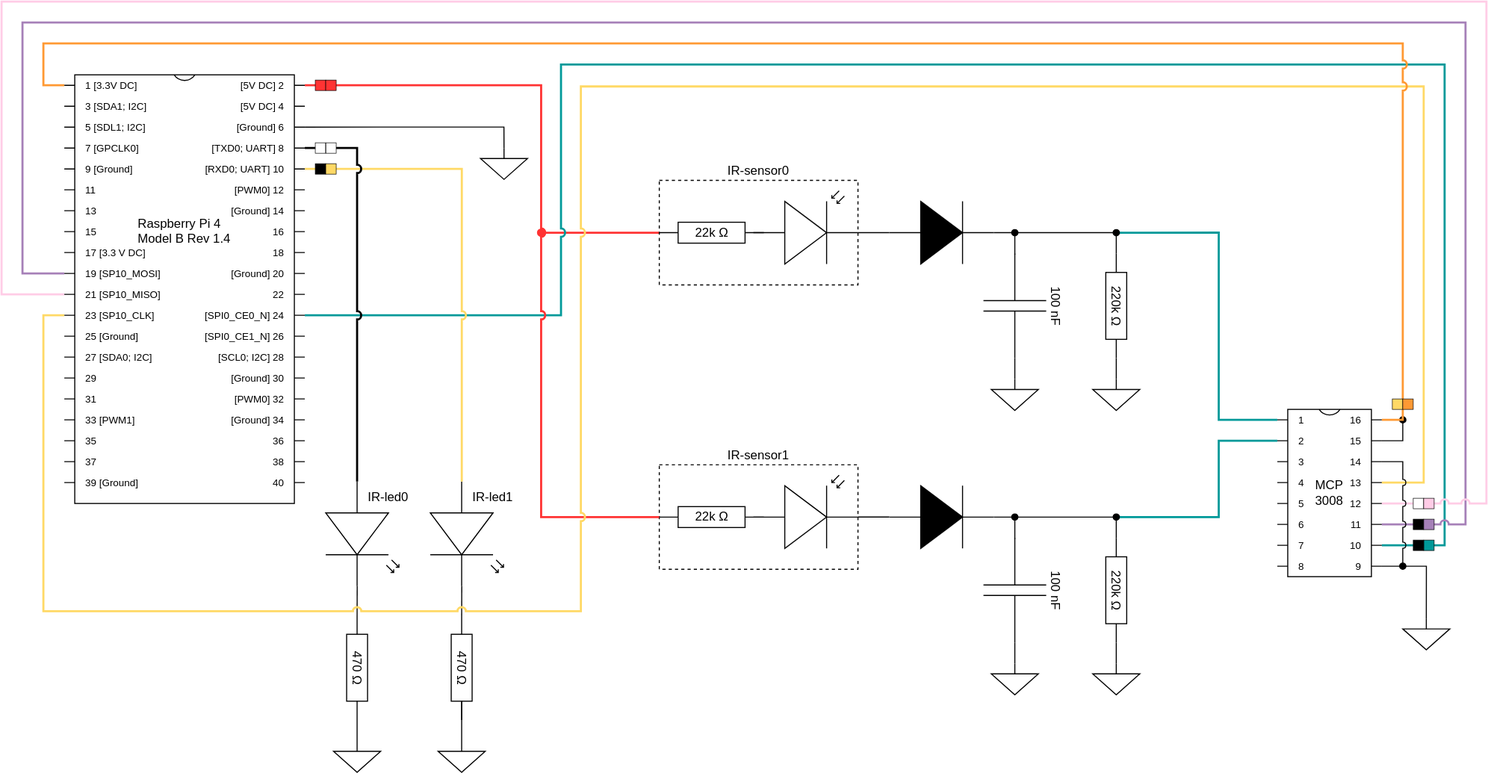
Earlier version of the draw.io export ir_sensor_raspberry_pi_wiring_diagram.svg (olivers1/ir_sensor_visitor_counter_v3). Source tidied: cells renumbered, new cells last; positions are measured from the earlier drawing's top-left corner, leaving out a move shared by most shapes.
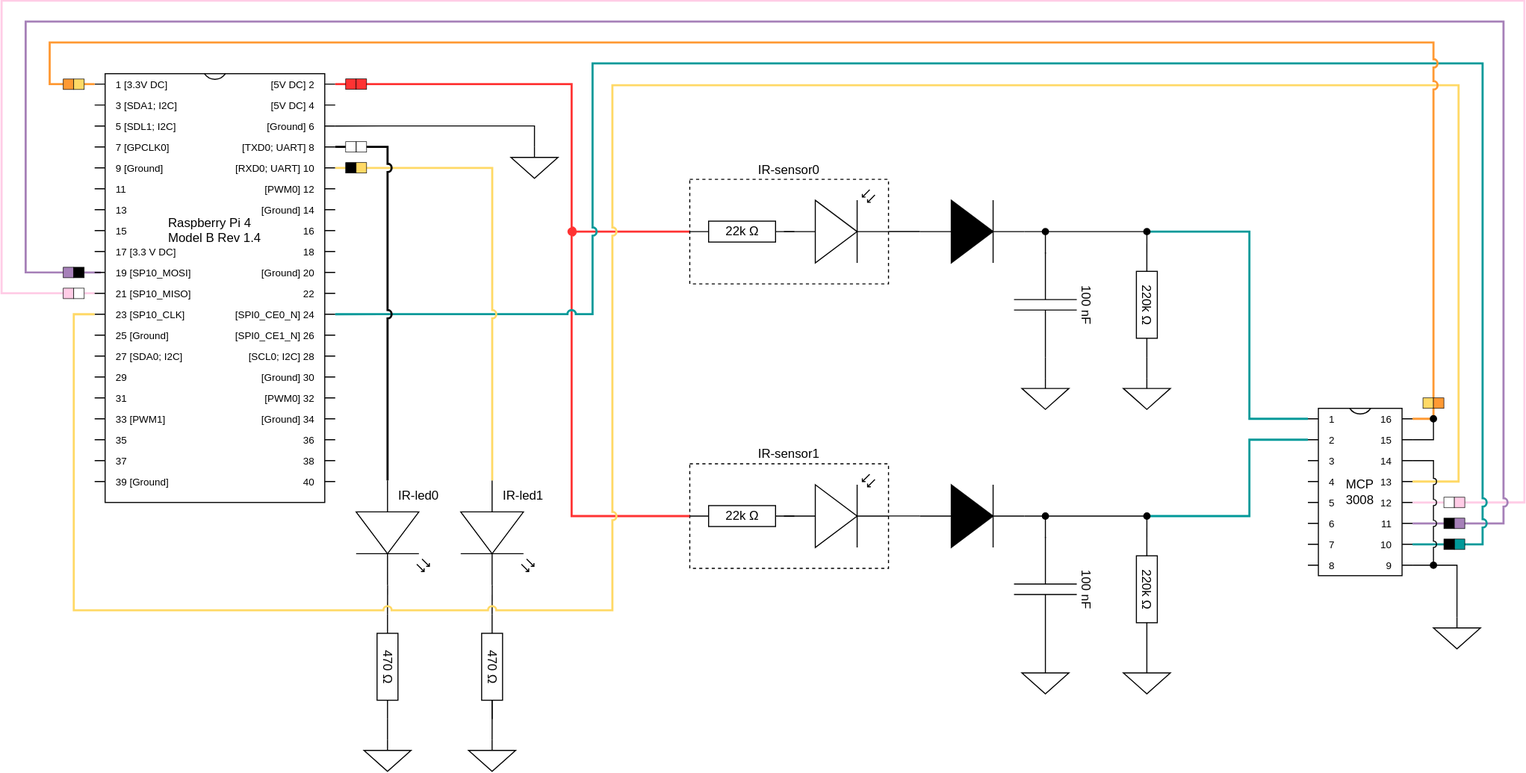
The same diagram one commit later.

Commit message:
wiring diagram upd, initial ir-sensor code written

What changed in the source:
```diff
@@ -55,11 +55,6 @@
         </Array>
       </mxGeometry>
     </mxCell>
-    <mxCell id="13" style="edgeStyle=orthogonalEdgeStyle;shape=connector;rounded=0;jettySize=auto;html=1;exitX=1;exitY=0;exitDx=0;exitDy=30;exitPerimeter=0;labelBackgroundColor=default;strokeColor=default;fontFamily=Helvetica;fontSize=11;fontColor=default;endArrow=oval;endFill=1;" parent="1" edge="1" source="14">
-      <mxGeometry relative="1" as="geometry">
-        <mxPoint x="1340" y="399.9" as="targetPoint" />
-      </mxGeometry>
-    </mxCell>
     <mxCell id="14" value="MCP&lt;br&gt;3008" style="shadow=0;dashed=0;align=center;html=1;strokeWidth=1;shape=mxgraph.electrical.logic_gates.dual_inline_ic;labelNames=a,b,c,d,e,f,g,h,i,j,k,l,m,n,o,p,q,r,s,t;whiteSpace=wrap;rounded=0;" parent="1" vertex="1">
       <mxGeometry x="1220" y="389.9" width="100" height="160" as="geometry" />
     </mxCell>
@@ -78,44 +73,27 @@
     <mxCell id="19" style="verticalLabelPosition=bottom;shadow=0;dashed=0;align=center;html=1;verticalAlign=top;shape=mxgraph.electrical.signal_sources.signal_ground;rounded=0;" parent="1" vertex="1">
       <mxGeometry x="946.5" y="360.9" width="45" height="30" as="geometry" />
     </mxCell>
-    <mxCell id="20" style="edgeStyle=orthogonalEdgeStyle;shape=connector;rounded=0;jettySize=auto;html=1;exitX=1;exitY=0;exitDx=0;exitDy=230;exitPerimeter=0;entryX=1;entryY=0;entryDx=0;entryDy=130;entryPerimeter=0;labelBackgroundColor=default;strokeColor=#009999;fontFamily=Helvetica;fontSize=11;fontColor=default;endArrow=none;endFill=0;jumpStyle=arc;fillColor=#b1ddf0;strokeWidth=2;" parent="1" edge="1" source="25" target="14">
-      <mxGeometry relative="1" as="geometry">
-        <Array as="points">
-          <mxPoint x="535" y="300" />
-          <mxPoint x="535" y="60" />
-          <mxPoint x="1380" y="60" />
-          <mxPoint x="1380" y="520" />
-        </Array>
-      </mxGeometry>
-    </mxCell>
-    <mxCell id="21" style="edgeStyle=orthogonalEdgeStyle;shape=connector;rounded=0;jettySize=auto;html=1;exitX=1;exitY=0;exitDx=0;exitDy=10;exitPerimeter=0;entryX=0;entryY=0.5;entryDx=0;entryDy=0;entryPerimeter=0;labelBackgroundColor=default;strokeColor=#FF3333;fontFamily=Helvetica;fontSize=11;fontColor=default;endArrow=none;endFill=0;jumpStyle=arc;strokeWidth=2;" parent="1" edge="1" source="25" target="47">
-      <mxGeometry relative="1" as="geometry">
-        <Array as="points">
-          <mxPoint x="516" y="79.9" />
-          <mxPoint x="516" y="492.9" />
-        </Array>
-      </mxGeometry>
-    </mxCell>
+    <mxCell id="23" style="edgeStyle=orthogonalEdgeStyle;shape=connector;rounded=0;jettySize=auto;html=1;exitX=0;exitY=0;exitDx=0;exitDy=210;exitPerimeter=0;entryX=1;entryY=0;entryDx=0;entryDy=90;entryPerimeter=0;labelBackgroundColor=default;strokeColor=#FFCCE6;fontFamily=Helvetica;fontSize=11;fontColor=default;endArrow=none;endFill=0;jumpStyle=none;fillColor=#f8cecc;strokeWidth=2;" parent="1" edge="1" source="25" target="14">
+      <mxGeometry relative="1" as="geometry">
+        <Array as="points">
+          <mxPoint x="-29" y="280" />
+          <mxPoint x="-29" />
+          <mxPoint x="1427" />
+          <mxPoint x="1427" y="480" />
+        </Array>
+      </mxGeometry>
+    </mxCell>
-    <mxCell id="22" style="edgeStyle=orthogonalEdgeStyle;shape=connector;rounded=0;jettySize=auto;html=1;exitX=0;exitY=0;exitDx=0;exitDy=190;exitPerimeter=0;entryX=1;entryY=0;entryDx=0;entryDy=110;entryPerimeter=0;labelBackgroundColor=default;strokeColor=#A680B8;fontFamily=Helvetica;fontSize=11;fontColor=default;endArrow=none;endFill=0;jumpStyle=arc;strokeWidth=2;" parent="1" edge="1" source="25" target="14">
+    <mxCell id="22" style="edgeStyle=orthogonalEdgeStyle;shape=connector;rounded=0;jettySize=auto;html=1;exitX=0;exitY=0;exitDx=0;exitDy=190;exitPerimeter=0;entryX=1;entryY=0;entryDx=0;entryDy=110;entryPerimeter=0;labelBackgroundColor=default;strokeColor=#A680B8;fontFamily=Helvetica;fontSize=11;fontColor=default;endArrow=none;endFill=0;jumpStyle=arc;strokeWidth=2;" parent="1" edge="1" target="14">
       <mxGeometry relative="1" as="geometry">
+        <mxPoint x="66" y="259.9" as="sourcePoint" />
         <Array as="points">
-          <mxPoint x="20" y="259.9" />
-          <mxPoint x="20" y="19.9" />
-          <mxPoint x="1400" y="19.9" />
-          <mxPoint x="1400" y="499.9" />
+          <mxPoint x="-6" y="260" />
+          <mxPoint x="-6" y="20" />
+          <mxPoint x="1407" y="20" />
+          <mxPoint x="1407" y="500" />
         </Array>
       </mxGeometry>
     </mxCell>
-    <mxCell id="23" style="edgeStyle=orthogonalEdgeStyle;shape=connector;rounded=0;jettySize=auto;html=1;exitX=0;exitY=0;exitDx=0;exitDy=210;exitPerimeter=0;entryX=1;entryY=0;entryDx=0;entryDy=90;entryPerimeter=0;labelBackgroundColor=default;strokeColor=#FFCCE6;fontFamily=Helvetica;fontSize=11;fontColor=default;endArrow=none;endFill=0;jumpStyle=arc;fillColor=#f8cecc;strokeWidth=2;" parent="1" edge="1" source="25" target="14">
-      <mxGeometry relative="1" as="geometry">
-        <Array as="points">
-          <mxPoint y="279.9" />
-          <mxPoint y="-0.1" />
-          <mxPoint x="1420" y="-0.1" />
-          <mxPoint x="1420" y="479.9" />
-        </Array>
-      </mxGeometry>
-    </mxCell>
     <mxCell id="24" style="edgeStyle=orthogonalEdgeStyle;rounded=0;jettySize=auto;html=1;exitX=1;exitY=0;exitDx=0;exitDy=50;exitPerimeter=0;entryX=0.5;entryY=0;entryDx=0;entryDy=0;entryPerimeter=0;endArrow=none;endFill=0;" parent="1" edge="1" source="25" target="57">
       <mxGeometry relative="1" as="geometry">
         <Array as="points">
@@ -134,6 +112,14 @@
         <mxPoint x="969" y="220.9" as="targetPoint" />
       </mxGeometry>
     </mxCell>
+    <mxCell id="21" style="edgeStyle=orthogonalEdgeStyle;shape=connector;rounded=0;jettySize=auto;html=1;exitX=1;exitY=0;exitDx=0;exitDy=10;exitPerimeter=0;entryX=0;entryY=0.5;entryDx=0;entryDy=0;entryPerimeter=0;labelBackgroundColor=default;strokeColor=#FF3333;fontFamily=Helvetica;fontSize=11;fontColor=default;endArrow=none;endFill=0;jumpStyle=arc;strokeWidth=2;" parent="1" edge="1" source="25" target="47">
+      <mxGeometry relative="1" as="geometry">
+        <Array as="points">
+          <mxPoint x="516" y="79.9" />
+          <mxPoint x="516" y="492.9" />
+        </Array>
+      </mxGeometry>
+    </mxCell>
     <mxCell id="28" value="100 nF" style="verticalLabelPosition=top;shadow=0;dashed=0;align=center;html=1;verticalAlign=bottom;shape=mxgraph.electrical.capacitors.capacitor_1;rotation=90;rounded=0;horizontal=1;labelPosition=center;flipV=1;" parent="1" vertex="1">
       <mxGeometry x="919" y="260.9" width="100" height="60" as="geometry" />
     </mxCell>
@@ -194,15 +180,25 @@
     <mxCell id="44" style="edgeStyle=orthogonalEdgeStyle;shape=connector;rounded=0;jettySize=auto;html=1;exitX=1;exitY=0;exitDx=0;exitDy=70;exitPerimeter=0;entryX=0;entryY=0;entryDx=0;entryDy=230;entryPerimeter=0;labelBackgroundColor=default;strokeColor=#FFD966;fontFamily=Helvetica;fontSize=11;fontColor=default;endArrow=none;endFill=0;jumpStyle=arc;fillColor=#fff2cc;strokeWidth=2;gradientColor=#ffd966;" parent="1" edge="1" source="14" target="25">
       <mxGeometry relative="1" as="geometry">
         <Array as="points">
-          <mxPoint x="1360" y="460" />
-          <mxPoint x="1360" y="81" />
-          <mxPoint x="554" y="81" />
-          <mxPoint x="554" y="583" />
+          <mxPoint x="1364" y="460" />
+          <mxPoint x="1364" y="81" />
+          <mxPoint x="555" y="81" />
+          <mxPoint x="555" y="583" />
           <mxPoint x="40" y="583" />
           <mxPoint x="40" y="300" />
         </Array>
       </mxGeometry>
     </mxCell>
+    <mxCell id="20" style="edgeStyle=orthogonalEdgeStyle;shape=connector;rounded=0;jettySize=auto;html=1;exitX=1;exitY=0;exitDx=0;exitDy=230;exitPerimeter=0;entryX=1;entryY=0;entryDx=0;entryDy=130;entryPerimeter=0;labelBackgroundColor=default;strokeColor=#009999;fontFamily=Helvetica;fontSize=11;fontColor=default;endArrow=none;endFill=0;jumpStyle=arc;fillColor=#b1ddf0;strokeWidth=2;" parent="1" edge="1" source="25" target="14">
+      <mxGeometry relative="1" as="geometry">
+        <Array as="points">
+          <mxPoint x="536" y="300" />
+          <mxPoint x="536" y="60" />
+          <mxPoint x="1387" y="60" />
+          <mxPoint x="1387" y="520" />
+        </Array>
+      </mxGeometry>
+    </mxCell>
     <mxCell id="45" style="edgeStyle=orthogonalEdgeStyle;shape=connector;rounded=0;jettySize=auto;html=1;exitX=1;exitY=0;exitDx=0;exitDy=50;exitPerimeter=0;labelBackgroundColor=default;strokeColor=default;fontFamily=Helvetica;fontSize=11;fontColor=default;endArrow=oval;endFill=1;jumpStyle=arc;" parent="1" edge="1" source="14">
       <mxGeometry relative="1" as="geometry">
         <mxPoint x="1340" y="539.9" as="targetPoint" />
@@ -212,13 +208,13 @@
         </Array>
       </mxGeometry>
     </mxCell>
-    <mxCell id="46" style="edgeStyle=orthogonalEdgeStyle;shape=connector;rounded=0;jettySize=auto;html=1;entryX=1;entryY=0;entryDx=0;entryDy=10;entryPerimeter=0;labelBackgroundColor=default;strokeColor=#FF9933;fontFamily=Helvetica;fontSize=11;fontColor=default;endArrow=none;endFill=0;jumpStyle=arc;strokeWidth=2;exitX=0;exitY=0;exitDx=0;exitDy=10;exitPerimeter=0;" parent="1" edge="1" source="25" target="14">
+    <mxCell id="46" style="edgeStyle=orthogonalEdgeStyle;shape=connector;rounded=0;jettySize=auto;html=1;entryX=1;entryY=0;entryDx=0;entryDy=10;entryPerimeter=0;labelBackgroundColor=default;strokeColor=#FF9933;fontFamily=Helvetica;fontSize=11;fontColor=default;endArrow=none;endFill=0;jumpStyle=arc;strokeWidth=2;exitX=0;exitY=0;exitDx=0;exitDy=10;exitPerimeter=0;fillColor=light-dark(#ff9933, #ff7777);" parent="1" edge="1" source="25" target="14">
       <mxGeometry relative="1" as="geometry">
         <Array as="points">
-          <mxPoint x="40" y="79.9" />
-          <mxPoint x="40" y="39.9" />
-          <mxPoint x="1340" y="39.9" />
-          <mxPoint x="1340" y="399.9" />
+          <mxPoint x="17" y="80" />
+          <mxPoint x="17" y="40" />
+          <mxPoint x="1340" y="40" />
+          <mxPoint x="1340" y="400" />
         </Array>
       </mxGeometry>
     </mxCell>
@@ -250,7 +246,7 @@
     </mxCell>
     <mxCell id="55" style="edgeStyle=orthogonalEdgeStyle;rounded=0;jettySize=auto;html=1;entryX=0;entryY=0.57;entryDx=0;entryDy=0;entryPerimeter=0;endArrow=none;endFill=0;jumpStyle=arc;strokeColor=#FFD966;strokeWidth=2;" parent="1" edge="1" target="51">
       <mxGeometry relative="1" as="geometry">
-        <mxPoint x="290" y="159.9" as="sourcePoint" />
+        <mxPoint x="290" y="160" as="sourcePoint" />
         <Array as="points">
           <mxPoint x="440" y="159.9" />
         </Array>
@@ -337,5 +333,46 @@
     <mxCell id="79" value="IR-led0" style="text;html=1;whiteSpace=wrap;strokeColor=none;fillColor=none;align=center;verticalAlign=middle;rounded=0;" parent="1" vertex="1">
       <mxGeometry x="340" y="458.9" width="60" height="30" as="geometry" />
     </mxCell>
+    <mxCell id="80" style="group;" parent="1" vertex="1">
+      <mxGeometry x="30" y="75" width="20" height="10" as="geometry" />
+    </mxCell>
+    <mxCell id="81" style="group;fillColor=default;" parent="80" vertex="1">
+      <mxGeometry width="20" height="10" as="geometry" />
+    </mxCell>
+    <mxCell id="82" style="rounded=0;whiteSpace=wrap;html=1;strokeWidth=0.5;fillColor=light-dark(#ff9933, #ff7777);" parent="80" vertex="1">
+      <mxGeometry width="10" height="10" as="geometry" />
+    </mxCell>
+    <mxCell id="83" style="rounded=0;whiteSpace=wrap;html=1;strokeWidth=0.5;fillColor=#FFD966;" parent="80" vertex="1">
+      <mxGeometry x="10" width="10" height="10" as="geometry" />
+    </mxCell>
+    <mxCell id="84" style="group;" parent="1" vertex="1">
+      <mxGeometry x="30" y="255" width="20" height="10" as="geometry" />
+    </mxCell>
+    <mxCell id="85" style="group;fillColor=default;" parent="84" vertex="1">
+      <mxGeometry width="20" height="10" as="geometry" />
+    </mxCell>
+    <mxCell id="86" style="rounded=0;whiteSpace=wrap;html=1;strokeWidth=0.5;fillColor=light-dark(#a680b9, #ff7777);" parent="84" vertex="1">
+      <mxGeometry width="10" height="10" as="geometry" />
+    </mxCell>
+    <mxCell id="87" style="rounded=0;whiteSpace=wrap;html=1;strokeWidth=0.5;fillColor=#000000;" parent="84" vertex="1">
+      <mxGeometry x="10" width="10" height="10" as="geometry" />
+    </mxCell>
+    <mxCell id="88" style="group;" parent="1" vertex="1">
+      <mxGeometry x="30" y="275" width="20" height="10" as="geometry" />
+    </mxCell>
+    <mxCell id="89" style="group;fillColor=default;" parent="88" vertex="1">
+      <mxGeometry width="20" height="10" as="geometry" />
+    </mxCell>
+    <mxCell id="90" style="rounded=0;whiteSpace=wrap;html=1;strokeWidth=0.5;fillColor=light-dark(#ffcce6, #ff7777);" parent="88" vertex="1">
+      <mxGeometry width="10" height="10" as="geometry" />
+    </mxCell>
+    <mxCell id="91" style="rounded=0;whiteSpace=wrap;html=1;strokeWidth=0.5;fillColor=#FFFFFF;" parent="88" vertex="1">
+      <mxGeometry x="10" width="10" height="10" as="geometry" />
+    </mxCell>
+    <mxCell id="13" style="edgeStyle=orthogonalEdgeStyle;shape=connector;rounded=0;jettySize=auto;html=1;exitX=1;exitY=0;exitDx=0;exitDy=30;exitPerimeter=0;labelBackgroundColor=default;strokeColor=default;fontFamily=Helvetica;fontSize=11;fontColor=default;endArrow=oval;endFill=1;" parent="1" edge="1" source="14">
+      <mxGeometry relative="1" as="geometry">
+        <mxPoint x="1340" y="399.9" as="targetPoint" />
+      </mxGeometry>
+    </mxCell>
   </root>
 </mxGraphModel>
```
